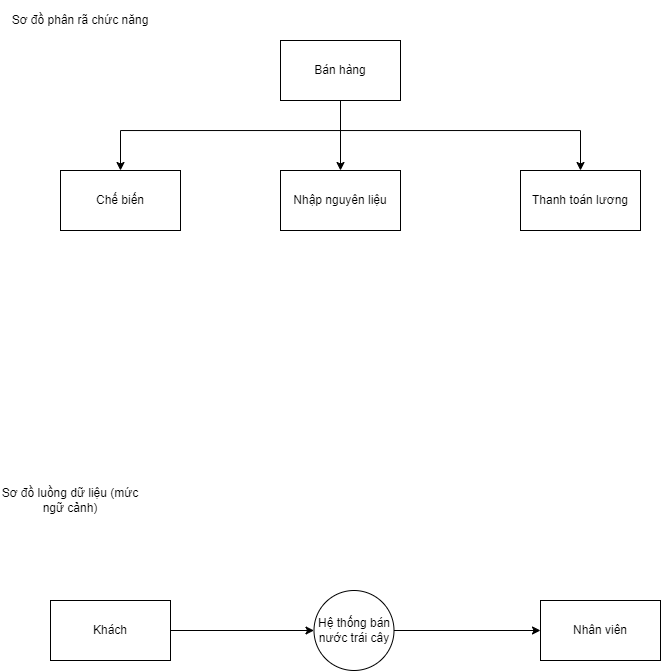
Earlier version of the draw.io export DFD2.png (InfiniteByte1811/branch1). Source tidied: cells renumbered, new cells last; positions are measured from the earlier drawing's top-left corner, leaving out a move shared by most shapes.
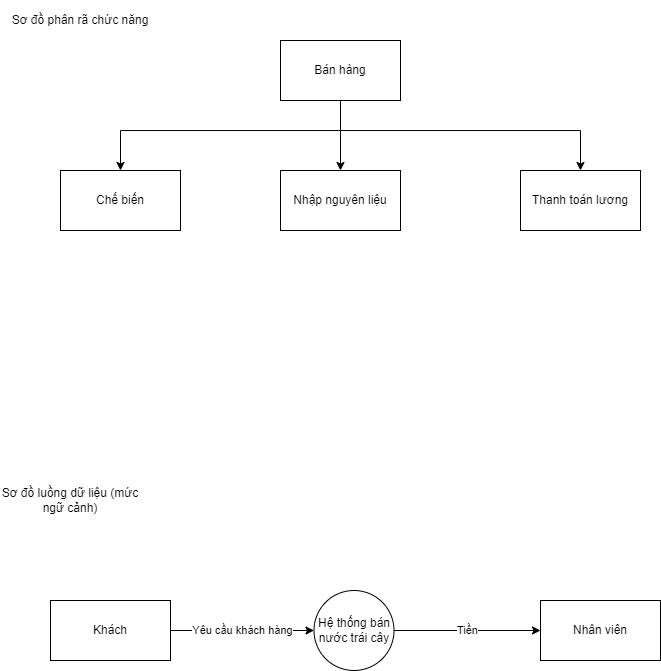
The same file after the commit.

Commit message:
Cập nhật DFD2.png

The edit, as a diff of the source:
```diff
@@ -42,13 +42,13 @@
     <mxCell id="11" value="Nhân viên" style="rounded=0;whiteSpace=wrap;html=1;" parent="1" vertex="1">
       <mxGeometry x="540" y="600" width="120" height="60" as="geometry" />
     </mxCell>
-    <mxCell id="12" style="edgeStyle=orthogonalEdgeStyle;rounded=0;jettySize=auto;html=1;entryX=0;entryY=0.5;entryDx=0;entryDy=0;" parent="1" edge="1" source="13" target="15">
+    <mxCell id="12" value="Yêu cầu khách hàng" style="edgeStyle=orthogonalEdgeStyle;rounded=0;jettySize=auto;html=1;entryX=0;entryY=0.5;entryDx=0;entryDy=0;" parent="1" edge="1" source="13" target="15">
       <mxGeometry relative="1" as="geometry" />
     </mxCell>
     <mxCell id="13" value="Khách" style="rounded=0;whiteSpace=wrap;html=1;" parent="1" vertex="1">
       <mxGeometry x="50" y="600" width="120" height="60" as="geometry" />
     </mxCell>
-    <mxCell id="14" style="edgeStyle=orthogonalEdgeStyle;rounded=0;jettySize=auto;html=1;entryX=0;entryY=0.5;entryDx=0;entryDy=0;" parent="1" edge="1" source="15" target="11">
+    <mxCell id="14" value="Tiền" style="edgeStyle=orthogonalEdgeStyle;rounded=0;jettySize=auto;html=1;entryX=0;entryY=0.5;entryDx=0;entryDy=0;" parent="1" edge="1" source="15" target="11">
       <mxGeometry relative="1" as="geometry" />
     </mxCell>
     <mxCell id="15" value="Hệ thống bán nước trái cây" style="ellipse;whiteSpace=wrap;html=1;" parent="1" vertex="1">
```
